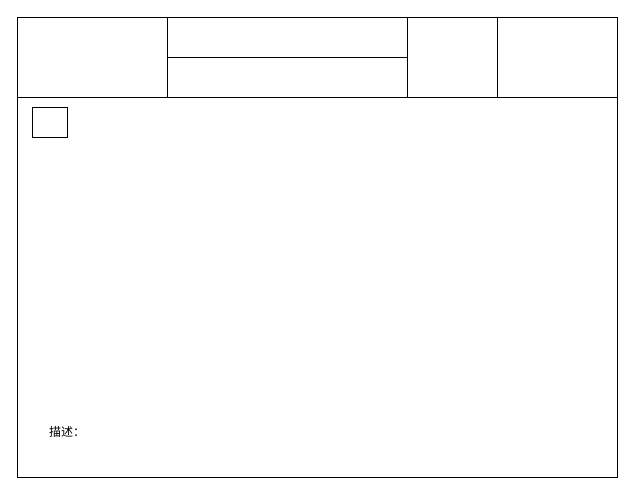
The draw.io diagram page "桥梁模式" (23 of 23) of 设计模式/设计模式.drawio in damaoguo/Architect, before the edit. Source tidied: cells renumbered, new cells numbered last; positions are measured from the earlier drawing's top-left corner, leaving out a move shared by most shapes. Both pictures are drawn from the tidied source at 100%, with x=0, y=0 at pixel (17, 17).
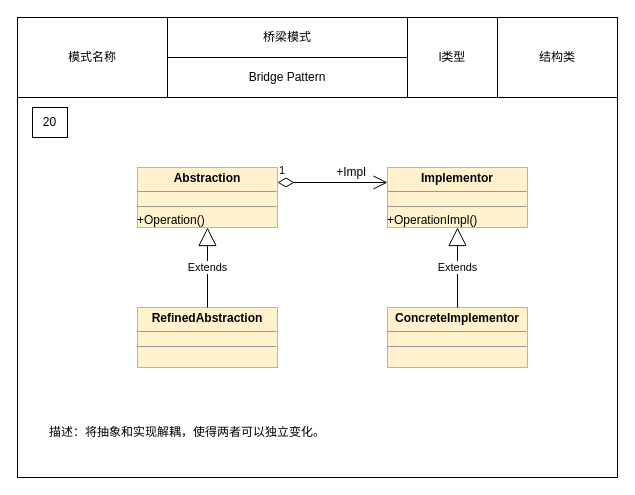
The same page after the edit.

Change to the diagram source:
```diff
@@
 <mxGraphModel>
   <root>
     <mxCell id="0" />
     <mxCell id="1" parent="0" />
     <mxCell id="2" style="group;" parent="1" vertex="1">
       <mxGeometry width="600" height="460" as="geometry" />
     </mxCell>
     <mxCell id="3" style="rounded=0;whiteSpace=wrap;html=1;" parent="2" vertex="1">
       <mxGeometry width="600" height="460" as="geometry" />
     </mxCell>
     <mxCell id="4" style="rounded=0;whiteSpace=wrap;html=1;" parent="2" vertex="1">
       <mxGeometry y="80" width="600" height="380" as="geometry" />
     </mxCell>
-    <mxCell id="5" style="rounded=0;whiteSpace=wrap;html=1;" parent="2" vertex="1">
+    <mxCell id="5" value="模式名称" style="rounded=0;whiteSpace=wrap;html=1;" parent="2" vertex="1">
       <mxGeometry width="150" height="80" as="geometry" />
     </mxCell>
-    <mxCell id="6" style="rounded=0;whiteSpace=wrap;html=1;" parent="2" vertex="1">
+    <mxCell id="6" value="桥梁模式" style="rounded=0;whiteSpace=wrap;html=1;" parent="2" vertex="1">
       <mxGeometry x="150" width="240" height="40" as="geometry" />
     </mxCell>
-    <mxCell id="7" style="rounded=0;whiteSpace=wrap;html=1;" parent="2" vertex="1">
+    <mxCell id="7" value="Bridge Pattern" style="rounded=0;whiteSpace=wrap;html=1;" parent="2" vertex="1">
       <mxGeometry x="150" y="40" width="240" height="40" as="geometry" />
     </mxCell>
-    <mxCell id="8" style="rounded=0;whiteSpace=wrap;html=1;" parent="2" vertex="1">
+    <mxCell id="8" value="l类型" style="rounded=0;whiteSpace=wrap;html=1;" parent="2" vertex="1">
       <mxGeometry x="390" width="90" height="80" as="geometry" />
     </mxCell>
-    <mxCell id="9" style="rounded=0;whiteSpace=wrap;html=1;" parent="2" vertex="1">
+    <mxCell id="9" value="20" style="rounded=0;whiteSpace=wrap;html=1;" parent="2" vertex="1">
       <mxGeometry x="15" y="90" width="35" height="30" as="geometry" />
     </mxCell>
-    <mxCell id="10" value="描述：" style="text;html=1;strokeColor=none;fillColor=none;align=left;verticalAlign=middle;whiteSpace=wrap;rounded=0;" parent="2" vertex="1">
+    <mxCell id="10" value="描述：将抽象和实现解耦，使得两者可以独立变化。" style="text;html=1;strokeColor=none;fillColor=none;align=left;verticalAlign=middle;whiteSpace=wrap;rounded=0;" parent="2" vertex="1">
       <mxGeometry x="30" y="400" width="540" height="30" as="geometry" />
     </mxCell>
+    <mxCell id="11" value="结构类" style="rounded=0;whiteSpace=wrap;html=1;" parent="2" vertex="1">
+      <mxGeometry x="480" width="120" height="80" as="geometry" />
+    </mxCell>
+    <mxCell id="12" value="&lt;p style=&quot;margin: 0px ; margin-top: 4px ; text-align: center&quot;&gt;&lt;b&gt;Abstraction&lt;/b&gt;&lt;/p&gt;&lt;hr size=&quot;1&quot;&gt;&lt;div style=&quot;height: 2px&quot;&gt;&lt;/div&gt;&lt;hr size=&quot;1&quot;&gt;&lt;div style=&quot;height: 2px&quot;&gt;+Operation()&lt;/div&gt;" style="verticalAlign=top;align=left;overflow=fill;fontSize=12;fontFamily=Helvetica;html=1;fillColor=#fff2cc;strokeColor=#d6b656;" parent="2" vertex="1">
+      <mxGeometry x="120" y="150" width="140" height="60" as="geometry" />
+    </mxCell>
+    <mxCell id="13" value="&lt;p style=&quot;margin: 0px ; margin-top: 4px ; text-align: center&quot;&gt;&lt;b&gt;Implementor&lt;/b&gt;&lt;/p&gt;&lt;hr size=&quot;1&quot;&gt;&lt;div style=&quot;height: 2px&quot;&gt;&lt;/div&gt;&lt;hr size=&quot;1&quot;&gt;&lt;div style=&quot;height: 2px&quot;&gt;+OperationImpl()&lt;/div&gt;" style="verticalAlign=top;align=left;overflow=fill;fontSize=12;fontFamily=Helvetica;html=1;fillColor=#fff2cc;strokeColor=#d6b656;" parent="2" vertex="1">
+      <mxGeometry x="370" y="150" width="140" height="60" as="geometry" />
+    </mxCell>
+    <mxCell id="14" value="&lt;p style=&quot;margin: 0px ; margin-top: 4px ; text-align: center&quot;&gt;&lt;b&gt;RefinedAbstraction&lt;/b&gt;&lt;/p&gt;&lt;hr size=&quot;1&quot;&gt;&lt;div style=&quot;height: 2px&quot;&gt;&lt;/div&gt;&lt;hr size=&quot;1&quot;&gt;&lt;div style=&quot;height: 2px&quot;&gt;&lt;/div&gt;" style="verticalAlign=top;align=left;overflow=fill;fontSize=12;fontFamily=Helvetica;html=1;fillColor=#fff2cc;strokeColor=#d6b656;" parent="2" vertex="1">
+      <mxGeometry x="120" y="290" width="140" height="60" as="geometry" />
+    </mxCell>
+    <mxCell id="15" value="&lt;p style=&quot;margin: 0px ; margin-top: 4px ; text-align: center&quot;&gt;&lt;b&gt;ConcreteImplementor&lt;/b&gt;&lt;/p&gt;&lt;hr size=&quot;1&quot;&gt;&lt;div style=&quot;height: 2px&quot;&gt;&lt;/div&gt;&lt;hr size=&quot;1&quot;&gt;&lt;div style=&quot;height: 2px&quot;&gt;&lt;/div&gt;" style="verticalAlign=top;align=left;overflow=fill;fontSize=12;fontFamily=Helvetica;html=1;fillColor=#fff2cc;strokeColor=#d6b656;" parent="2" vertex="1">
+      <mxGeometry x="370" y="290" width="140" height="60" as="geometry" />
+    </mxCell>
+    <mxCell id="16" value="1" style="endArrow=open;html=1;endSize=12;startArrow=diamondThin;startSize=14;startFill=0;edgeStyle=orthogonalEdgeStyle;align=left;verticalAlign=bottom;rounded=0;exitX=1;exitY=0.25;exitDx=0;exitDy=0;entryX=0;entryY=0.25;entryDx=0;entryDy=0;" parent="2" edge="1" source="12" target="13">
+      <mxGeometry x="-1" y="3" relative="1" as="geometry" />
+    </mxCell>
+    <mxCell id="17" value="+Impl" style="text;html=1;strokeColor=none;fillColor=none;align=center;verticalAlign=middle;whiteSpace=wrap;rounded=0;" parent="2" vertex="1">
+      <mxGeometry x="304" y="140" width="60" height="30" as="geometry" />
+    </mxCell>
+    <mxCell id="18" value="Extends" style="endArrow=block;endSize=16;endFill=0;html=1;rounded=0;edgeStyle=orthogonalEdgeStyle;exitX=0.5;exitY=0;exitDx=0;exitDy=0;entryX=0.5;entryY=1;entryDx=0;entryDy=0;" parent="2" edge="1" source="14" target="12">
+      <mxGeometry relative="1" as="geometry" />
+    </mxCell>
+    <mxCell id="19" value="Extends" style="endArrow=block;endSize=16;endFill=0;html=1;rounded=0;edgeStyle=orthogonalEdgeStyle;exitX=0.5;exitY=0;exitDx=0;exitDy=0;" parent="2" edge="1" source="15" target="13">
+      <mxGeometry relative="1" as="geometry" />
+    </mxCell>
   </root>
 </mxGraphModel>
```
